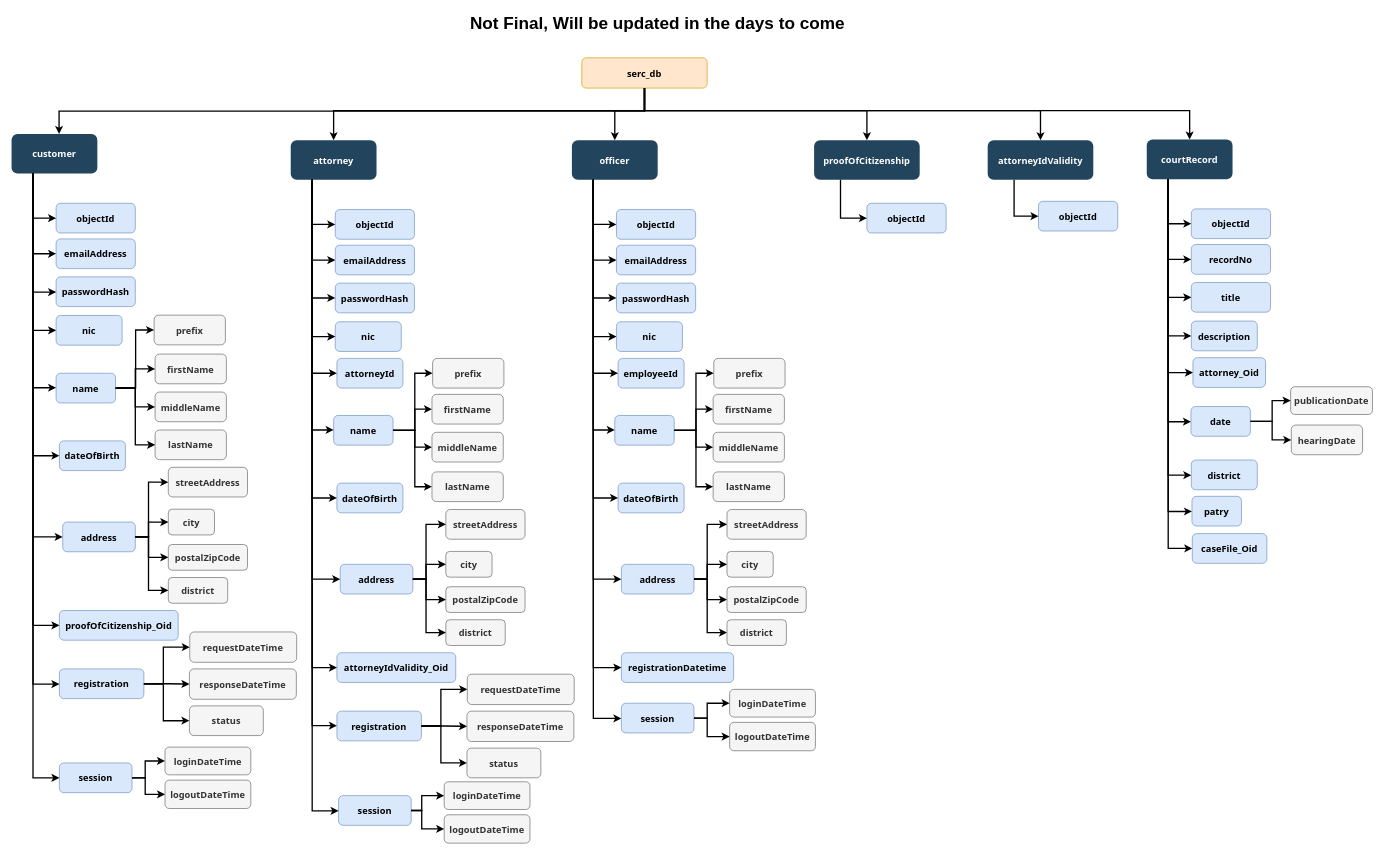
Before: page "DATABASE HIERARCHY" (2 of 4) of Common Workspace/Diagrams/JAVA DIAGRAMS.drawio in LRANUL/UOP_SE_Y2S2-SOFT255SL_SOFTWARE_ENIGINEERING_FOR_THE_INTERNET_USING_JAVA, a draw.io diagram. Source tidied: cells renumbered, new cells numbered last; positions are measured from the earlier drawing's top-left corner, leaving out a move shared by most shapes. Both pictures are drawn from the tidied source at 66%, with x=0, y=0 at pixel (11, 11).
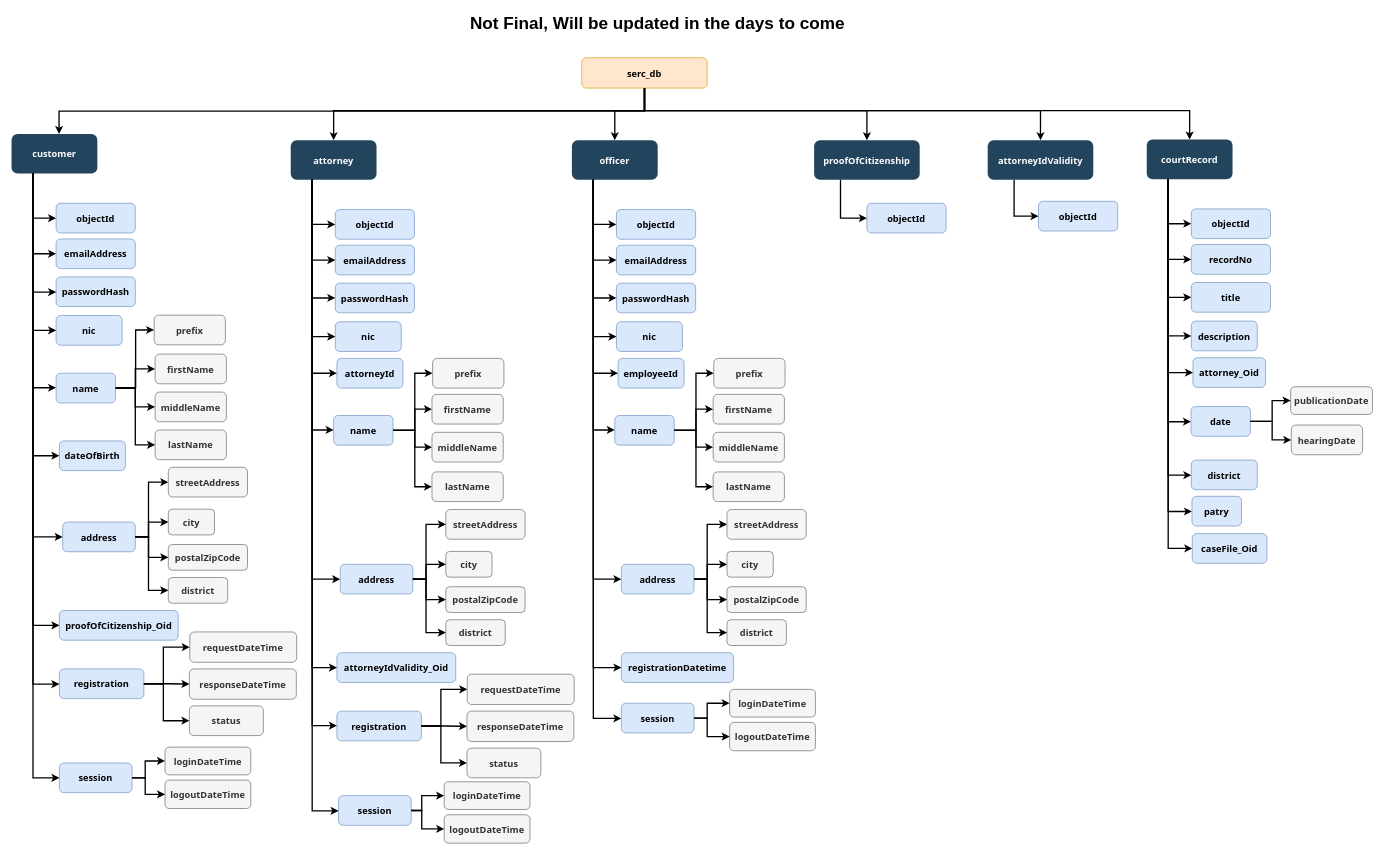
The same diagram, later.

Unchanged cells that the change refers to:
```xml
<mxCell id="43" value="attorney" style="rounded=1;fillColor=#23445D;gradientColor=none;strokeColor=none;fontColor=#FFFFFF;fontStyle=1;fontFamily=Tahoma;fontSize=14;" parent="1" vertex="1">
  <mxGeometry x="423" y="195" width="130" height="60" as="geometry" />
</mxCell>
<mxCell id="88" value="officer" style="rounded=1;fillColor=#23445D;gradientColor=none;strokeColor=none;fontColor=#FFFFFF;fontStyle=1;fontFamily=Tahoma;fontSize=14;" parent="1" vertex="1">
  <mxGeometry x="849" y="195" width="130" height="60" as="geometry" />
</mxCell>
```

Diff of the diagram source:
```diff
@@
-    <mxCell id="64" value="dateOfBirth" style="rounded=1;fillColor=#dae8fc;strokeColor=#6c8ebf;fontStyle=1;fontFamily=Tahoma;fontSize=14;" parent="1" vertex="1">
-      <mxGeometry x="493" y="714.5" width="100" height="45" as="geometry" />
-    </mxCell>
@@
-    <mxCell id="71" style="edgeStyle=elbowEdgeStyle;elbow=vertical;strokeWidth=2;rounded=0;entryX=0;entryY=0.5;entryDx=0;entryDy=0;exitX=0.25;exitY=1;exitDx=0;exitDy=0;" parent="1" edge="1" source="43" target="64">
-      <mxGeometry x="-35" y="175" as="geometry">
-        <Array as="points">
-          <mxPoint x="461" y="737" />
-          <mxPoint x="520.5" y="372.5" />
-        </Array>
-      </mxGeometry>
-    </mxCell>
@@
-    <mxCell id="108" value="dateOfBirth" style="rounded=1;fillColor=#dae8fc;strokeColor=#6c8ebf;fontStyle=1;fontFamily=Tahoma;fontSize=14;" parent="1" vertex="1">
-      <mxGeometry x="919" y="714.5" width="100" height="45" as="geometry" />
-    </mxCell>
@@
-    <mxCell id="115" style="edgeStyle=elbowEdgeStyle;elbow=vertical;strokeWidth=2;rounded=0;entryX=0;entryY=0.5;entryDx=0;entryDy=0;exitX=0.25;exitY=1;exitDx=0;exitDy=0;" parent="1" edge="1" source="88" target="108">
-      <mxGeometry x="391" y="175" as="geometry">
-        <Array as="points">
-          <mxPoint x="887" y="737" />
-          <mxPoint x="946.5" y="372.5" />
-        </Array>
-      </mxGeometry>
-    </mxCell>
```
